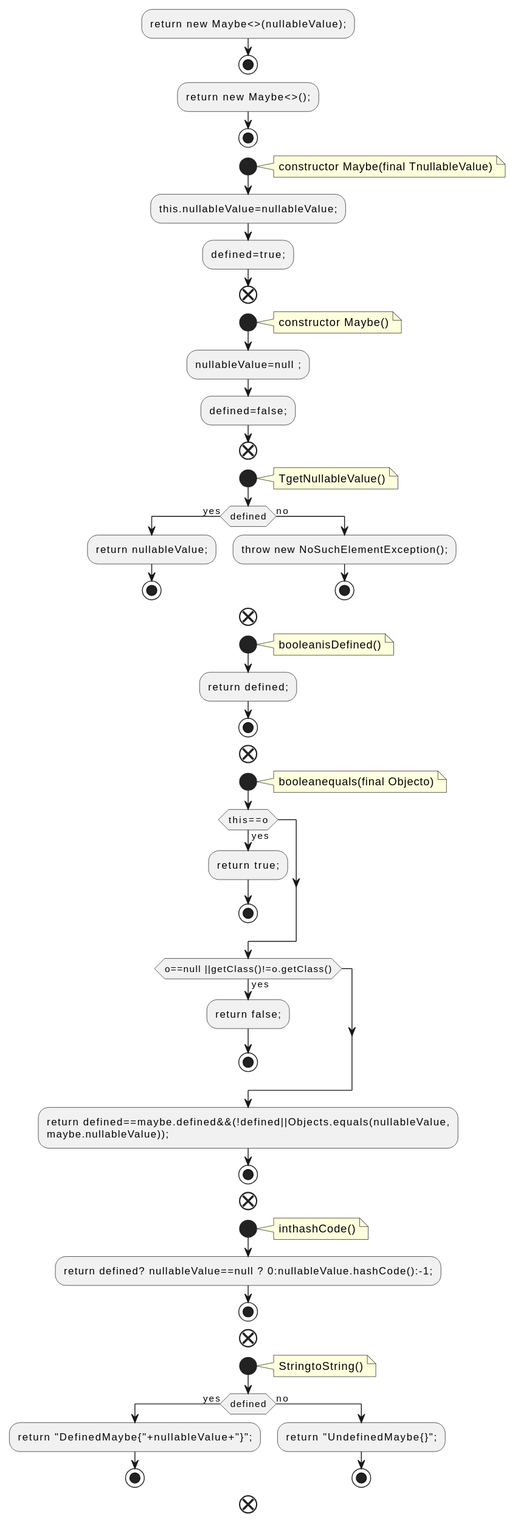
This is docs/qc/streams/src/main/java/org/apache/kafka/streams/state/internals/Maybe.java.fct.svg from qualitesys/kafka, a PlantUML export, as it was before one commit.
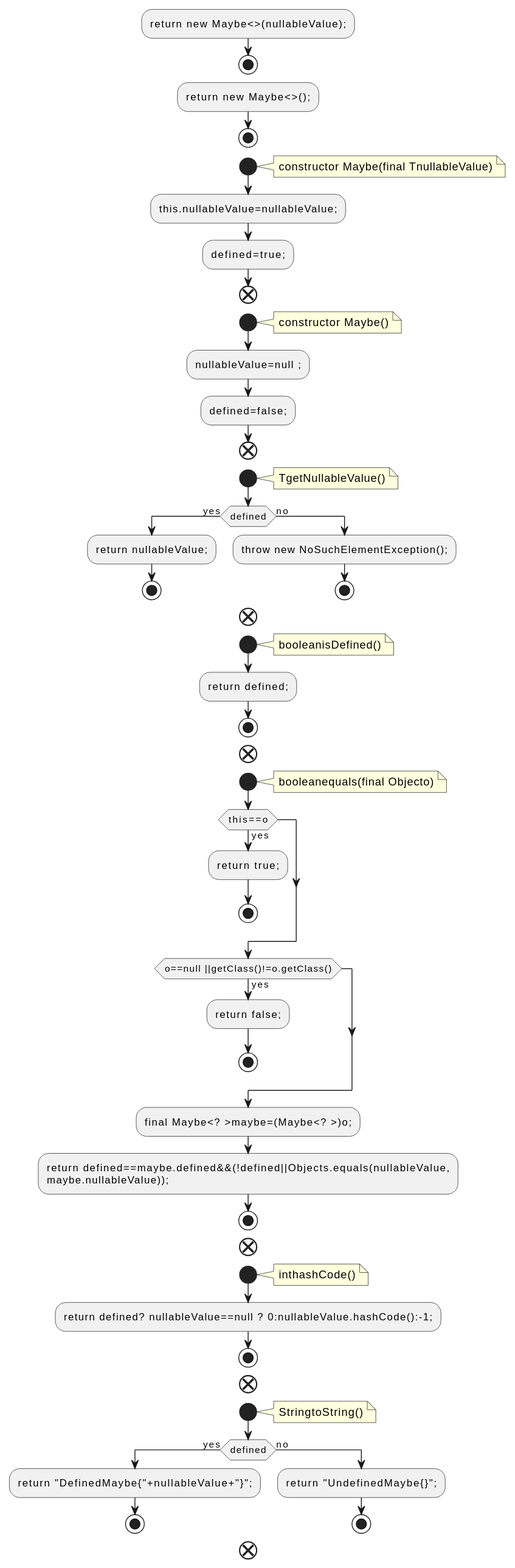
Above is the later version.

What changed in the source:
```diff
@@ -49,6 +49,7 @@
 :return false;;
 stop
 endif
+:final Maybe<? >maybe=(Maybe<? >)o;;
 :return defined==maybe.defined&&(!defined||Objects.equals(nullableValue,
 maybe.nullableValue));;
 stop
```
